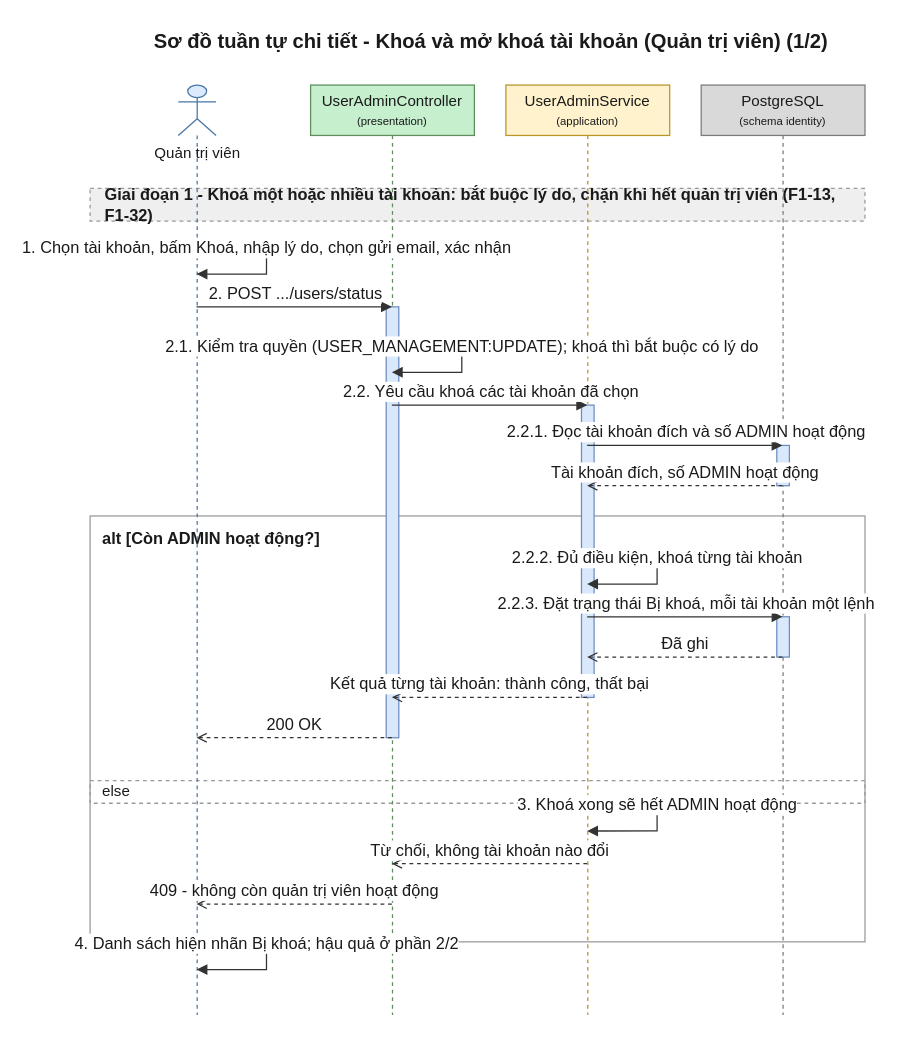
daiphu1801/PRJ_ALGOPREP keeps this draw.io diagram as 08-diagram/sequence/admin/sequence_admin_khoa_mo_khoa_tai_khoan_p1.drawio. Above is the earlier version. Source tidied: cells renumbered, new cells numbered last; positions are measured from the earlier drawing's top-left corner, leaving out a move shared by most shapes. Both pictures are drawn from the tidied source at 126%, with x=0, y=0 at pixel (89, 21).
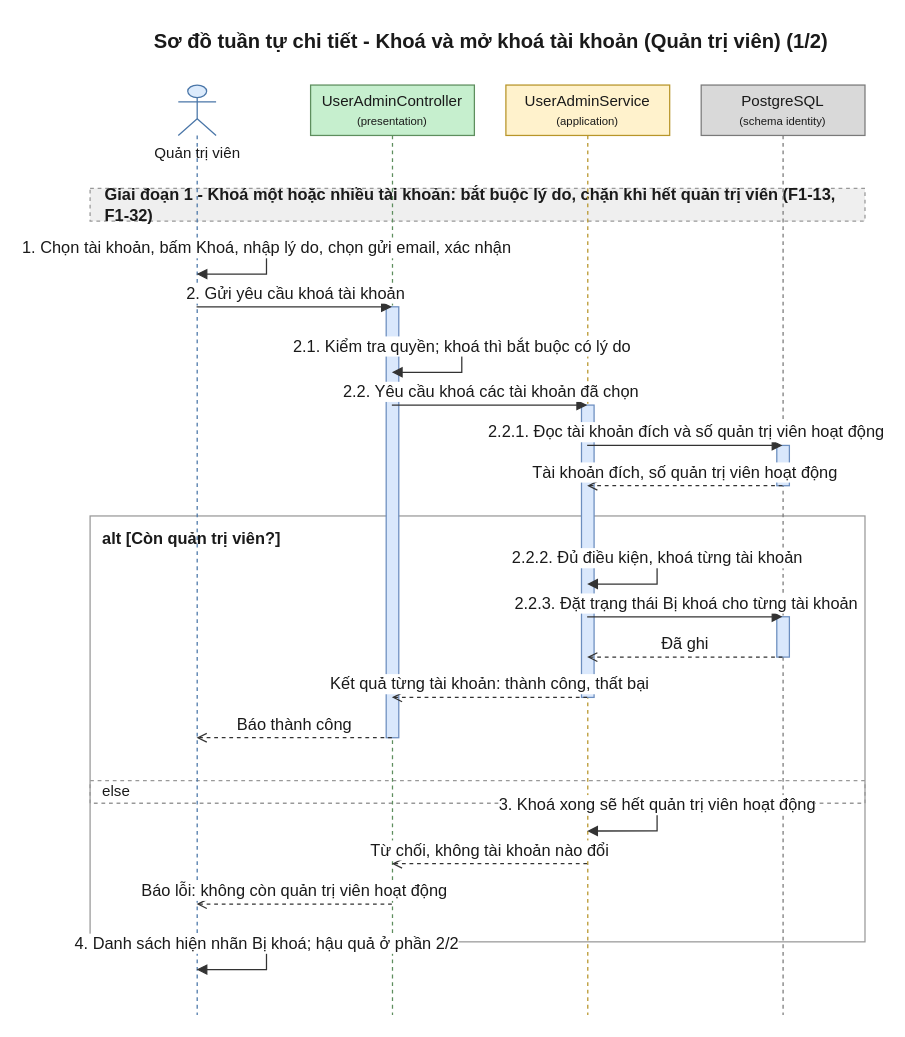
The same page after the edit.

The change refers to these unchanged cells:
```xml
<mxCell id="6" value="Quản trị viên" style="shape=umlLifeline;participant=umlActor;perimeter=lifelinePerimeter;html=1;outlineConnect=0;size=40;verticalAlign=top;spacingTop=40;fillColor=#DCEBFC;strokeColor=#4A76A8;fontColor=#1A1A1A;" parent="1" vertex="1">
  <mxGeometry x="70" y="50" width="30" height="738" as="geometry" />
</mxCell>
<mxCell id="7" value="UserAdminController&lt;br&gt;&lt;font style=&quot;font-size:9px&quot;&gt;(presentation)&lt;/font&gt;" style="shape=umlLifeline;perimeter=lifelinePerimeter;whiteSpace=wrap;html=1;outlineConnect=0;size=40;fillColor=#C6EFCE;strokeColor=#5E8E5E;fontColor=#1A1A1A;" parent="1" vertex="1">
  <mxGeometry x="175" y="50" width="130" height="738" as="geometry" />
</mxCell>
<mxCell id="8" value="UserAdminService&lt;br&gt;&lt;font style=&quot;font-size:9px&quot;&gt;(application)&lt;/font&gt;" style="shape=umlLifeline;perimeter=lifelinePerimeter;whiteSpace=wrap;html=1;outlineConnect=0;size=40;fillColor=#FFF2CC;strokeColor=#B8952A;fontColor=#1A1A1A;" parent="1" vertex="1">
  <mxGeometry x="330" y="50" width="130" height="738" as="geometry" />
</mxCell>
<mxCell id="9" value="PostgreSQL&lt;br&gt;&lt;font style=&quot;font-size:9px&quot;&gt;(schema identity)&lt;/font&gt;" style="shape=umlLifeline;perimeter=lifelinePerimeter;whiteSpace=wrap;html=1;outlineConnect=0;size=40;fillColor=#D9D9D9;strokeColor=#7A7A7A;fontColor=#1A1A1A;" parent="1" vertex="1">
  <mxGeometry x="485" y="50" width="130" height="738" as="geometry" />
</mxCell>
```

Change to the diagram source:
```diff
@@
-    <mxCell id="3" value="alt [Còn ADMIN hoạt động?]" style="algoprep=alt;rounded=0;whiteSpace=wrap;html=1;fillColor=none;strokeColor=#999999;verticalAlign=top;align=left;spacingLeft=8;spacingTop=4;fontColor=#1A1A1A;fontSize=13;fontStyle=1;dashed=0;" parent="1" vertex="1">
+    <mxCell id="3" value="alt [Còn quản trị viên?]" style="algoprep=alt;rounded=0;whiteSpace=wrap;html=1;fillColor=none;strokeColor=#999999;verticalAlign=top;align=left;spacingLeft=8;spacingTop=4;fontColor=#1A1A1A;fontSize=13;fontStyle=1;dashed=0;" parent="1" vertex="1">
       <mxGeometry y="392" width="615" height="338" as="geometry" />
     </mxCell>
@@
-    <mxCell id="15" value="2. POST .../users/status" style="edgeStyle=none;html=1;endArrow=block;endFill=1;strokeColor=#333333;fontColor=#1A1A1A;fontSize=13;verticalAlign=bottom;exitX=0.5;exitY=0.2385;exitDx=0;exitDy=0;entryX=0.5;entryY=0.2385;entryDx=0;entryDy=0;" parent="1" edge="1" source="6" target="7">
+    <mxCell id="15" value="2. Gửi yêu cầu khoá tài khoản" style="edgeStyle=none;html=1;endArrow=block;endFill=1;strokeColor=#333333;fontColor=#1A1A1A;fontSize=13;verticalAlign=bottom;exitX=0.5;exitY=0.2385;exitDx=0;exitDy=0;entryX=0.5;entryY=0.2385;entryDx=0;entryDy=0;" parent="1" edge="1" source="6" target="7">
       <mxGeometry relative="1" as="geometry" />
     </mxCell>
-    <mxCell id="16" value="2.1. Kiểm tra quyền (USER_MANAGEMENT:UPDATE); khoá thì bắt buộc có lý do" style="edgeStyle=orthogonalEdgeStyle;rounded=0;html=1;endArrow=block;endFill=1;strokeColor=#333333;fontColor=#1A1A1A;fontSize=13;verticalAlign=bottom;exitX=0.5;exitY=0.2818;exitDx=0;exitDy=0;entryX=0.5;entryY=0.3089;entryDx=0;entryDy=0;" parent="1" edge="1" source="7" target="7">
+    <mxCell id="16" value="2.1. Kiểm tra quyền; khoá thì bắt buộc có lý do" style="edgeStyle=orthogonalEdgeStyle;rounded=0;html=1;endArrow=block;endFill=1;strokeColor=#333333;fontColor=#1A1A1A;fontSize=13;verticalAlign=bottom;exitX=0.5;exitY=0.2818;exitDx=0;exitDy=0;entryX=0.5;entryY=0.3089;entryDx=0;entryDy=0;" parent="1" edge="1" source="7" target="7">
       <mxGeometry relative="1" as="geometry">
         <Array as="points">
           <mxPoint x="295" y="258" />
           <mxPoint x="295" y="278" />
         </Array>
       </mxGeometry>
     </mxCell>
@@
-    <mxCell id="18" value="2.2.1. Đọc tài khoản đích và số ADMIN hoạt động" style="edgeStyle=none;html=1;endArrow=block;endFill=1;strokeColor=#333333;fontColor=#1A1A1A;fontSize=13;verticalAlign=bottom;exitX=0.5;exitY=0.3875;exitDx=0;exitDy=0;entryX=0.5;entryY=0.3875;entryDx=0;entryDy=0;" parent="1" edge="1" source="8" target="9">
+    <mxCell id="18" value="2.2.1. Đọc tài khoản đích và số quản trị viên hoạt động" style="edgeStyle=none;html=1;endArrow=block;endFill=1;strokeColor=#333333;fontColor=#1A1A1A;fontSize=13;verticalAlign=bottom;exitX=0.5;exitY=0.3875;exitDx=0;exitDy=0;entryX=0.5;entryY=0.3875;entryDx=0;entryDy=0;" parent="1" edge="1" source="8" target="9">
       <mxGeometry relative="1" as="geometry" />
     </mxCell>
-    <mxCell id="19" value="Tài khoản đích, số ADMIN hoạt động" style="edgeStyle=none;html=1;endArrow=open;endFill=0;dashed=1;strokeColor=#333333;fontColor=#1A1A1A;fontSize=13;verticalAlign=bottom;exitX=0.5;exitY=0.4309;exitDx=0;exitDy=0;entryX=0.5;entryY=0.4309;entryDx=0;entryDy=0;" parent="1" edge="1" source="9" target="8">
+    <mxCell id="19" value="Tài khoản đích, số quản trị viên hoạt động" style="edgeStyle=none;html=1;endArrow=open;endFill=0;dashed=1;strokeColor=#333333;fontColor=#1A1A1A;fontSize=13;verticalAlign=bottom;exitX=0.5;exitY=0.4309;exitDx=0;exitDy=0;entryX=0.5;entryY=0.4309;entryDx=0;entryDy=0;" parent="1" edge="1" source="9" target="8">
       <mxGeometry relative="1" as="geometry" />
     </mxCell>
@@
-    <mxCell id="21" value="2.2.3. Đặt trạng thái Bị khoá, mỗi tài khoản một lệnh" style="edgeStyle=none;html=1;endArrow=block;endFill=1;strokeColor=#333333;fontColor=#1A1A1A;fontSize=13;verticalAlign=bottom;exitX=0.5;exitY=0.5718;exitDx=0;exitDy=0;entryX=0.5;entryY=0.5718;entryDx=0;entryDy=0;" parent="1" edge="1" source="8" target="9">
+    <mxCell id="21" value="2.2.3. Đặt trạng thái Bị khoá cho từng tài khoản" style="edgeStyle=none;html=1;endArrow=block;endFill=1;strokeColor=#333333;fontColor=#1A1A1A;fontSize=13;verticalAlign=bottom;exitX=0.5;exitY=0.5718;exitDx=0;exitDy=0;entryX=0.5;entryY=0.5718;entryDx=0;entryDy=0;" parent="1" edge="1" source="8" target="9">
       <mxGeometry relative="1" as="geometry" />
     </mxCell>
@@
-    <mxCell id="24" value="200 OK" style="edgeStyle=none;html=1;endArrow=open;endFill=0;dashed=1;strokeColor=#333333;fontColor=#1A1A1A;fontSize=13;verticalAlign=bottom;exitX=0.5;exitY=0.7019;exitDx=0;exitDy=0;entryX=0.5;entryY=0.7019;entryDx=0;entryDy=0;" parent="1" edge="1" source="7" target="6">
+    <mxCell id="24" value="Báo thành công" style="edgeStyle=none;html=1;endArrow=open;endFill=0;dashed=1;strokeColor=#333333;fontColor=#1A1A1A;fontSize=13;verticalAlign=bottom;exitX=0.5;exitY=0.7019;exitDx=0;exitDy=0;entryX=0.5;entryY=0.7019;entryDx=0;entryDy=0;" parent="1" edge="1" source="7" target="6">
       <mxGeometry relative="1" as="geometry" />
     </mxCell>
-    <mxCell id="25" value="3. Khoá xong sẽ hết ADMIN hoạt động" style="edgeStyle=orthogonalEdgeStyle;rounded=0;html=1;endArrow=block;endFill=1;strokeColor=#333333;fontColor=#1A1A1A;fontSize=13;verticalAlign=bottom;exitX=0.5;exitY=0.7751;exitDx=0;exitDy=0;entryX=0.5;entryY=0.8022;entryDx=0;entryDy=0;" parent="1" edge="1" source="8" target="8">
+    <mxCell id="25" value="3. Khoá xong sẽ hết quản trị viên hoạt động" style="edgeStyle=orthogonalEdgeStyle;rounded=0;html=1;endArrow=block;endFill=1;strokeColor=#333333;fontColor=#1A1A1A;fontSize=13;verticalAlign=bottom;exitX=0.5;exitY=0.7751;exitDx=0;exitDy=0;entryX=0.5;entryY=0.8022;entryDx=0;entryDy=0;" parent="1" edge="1" source="8" target="8">
       <mxGeometry relative="1" as="geometry">
         <Array as="points">
           <mxPoint x="450" y="622" />
           <mxPoint x="450" y="642" />
         </Array>
       </mxGeometry>
     </mxCell>
@@
-    <mxCell id="27" value="409 - không còn quản trị viên hoạt động" style="edgeStyle=none;html=1;endArrow=open;endFill=0;dashed=1;strokeColor=#333333;fontColor=#1A1A1A;fontSize=13;verticalAlign=bottom;exitX=0.5;exitY=0.8808;exitDx=0;exitDy=0;entryX=0.5;entryY=0.8808;entryDx=0;entryDy=0;" parent="1" edge="1" source="7" target="6">
+    <mxCell id="27" value="Báo lỗi: không còn quản trị viên hoạt động" style="edgeStyle=none;html=1;endArrow=open;endFill=0;dashed=1;strokeColor=#333333;fontColor=#1A1A1A;fontSize=13;verticalAlign=bottom;exitX=0.5;exitY=0.8808;exitDx=0;exitDy=0;entryX=0.5;entryY=0.8808;entryDx=0;entryDy=0;" parent="1" edge="1" source="7" target="6">
       <mxGeometry relative="1" as="geometry" />
     </mxCell>
```
